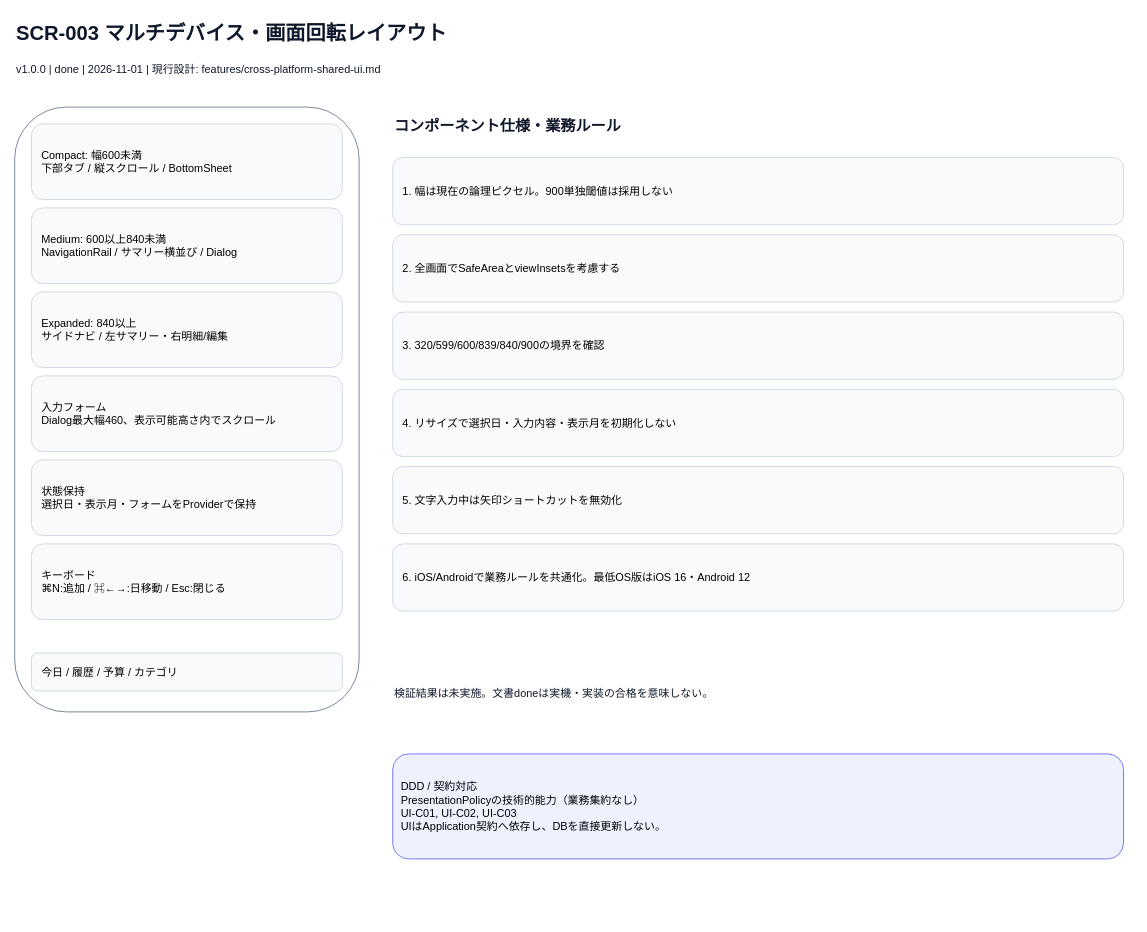
The draw.io diagram page "マルチデバイス・画面回転レイアウト" (3 of 8) of docs/spec/screens.drawio in tombee-studio/self-management-app, before the edit. Source tidied: cells renumbered, new cells numbered last; positions are measured from the earlier drawing's top-left corner, leaving out a move shared by most shapes. Both pictures are drawn from the tidied source at 84%, with x=0, y=0 at pixel (14, 14).
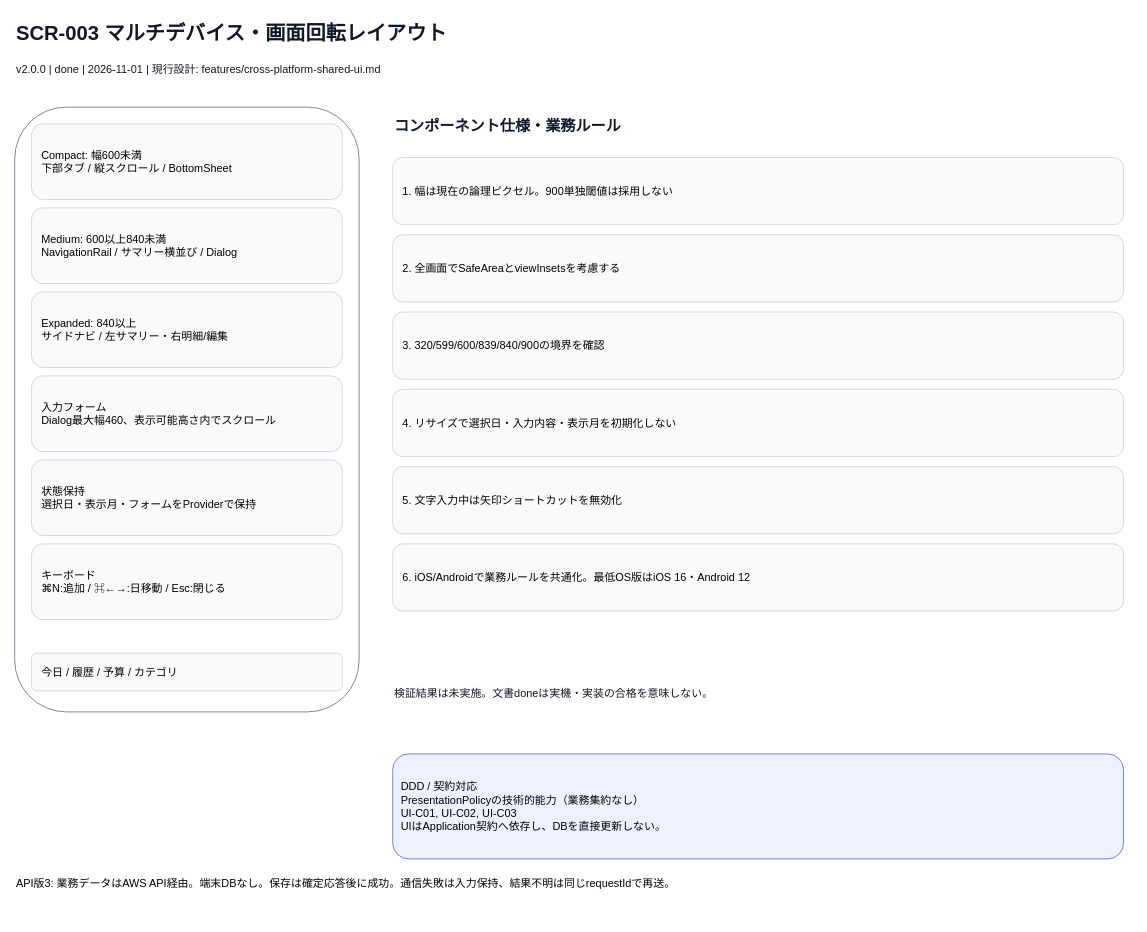
After the change.

Change to the diagram source:
```diff
@@
-    <mxCell id="3" value="v1.0.0 | done | 2026-11-01 | 現行設計: features/cross-platform-shared-ui.md" style="text;html=0;align=left;verticalAlign=middle;whiteSpace=wrap;overflow=hidden;fontSize=13;fontColor=#0F172A;" parent="1" vertex="1">
+    <mxCell id="3" value="v2.0.0 | done | 2026-11-01 | 現行設計: features/cross-platform-shared-ui.md" style="text;html=0;align=left;verticalAlign=middle;whiteSpace=wrap;overflow=hidden;fontSize=13;fontColor=#0F172A;" parent="1" vertex="1">
       <mxGeometry y="50" width="1300" height="30" as="geometry" />
     </mxCell>
@@
+    <mxCell id="21" value="API版3: 業務データはAWS API経由。端末DBなし。保存は確定応答後に成功。通信失敗は入力保持、結果不明は同じrequestIdで再送。" style="text;html=0;align=left;whiteSpace=wrap;fontSize=13;" parent="1" vertex="1">
+      <mxGeometry y="1020" width="1300" height="55" as="geometry" />
+    </mxCell>
```
